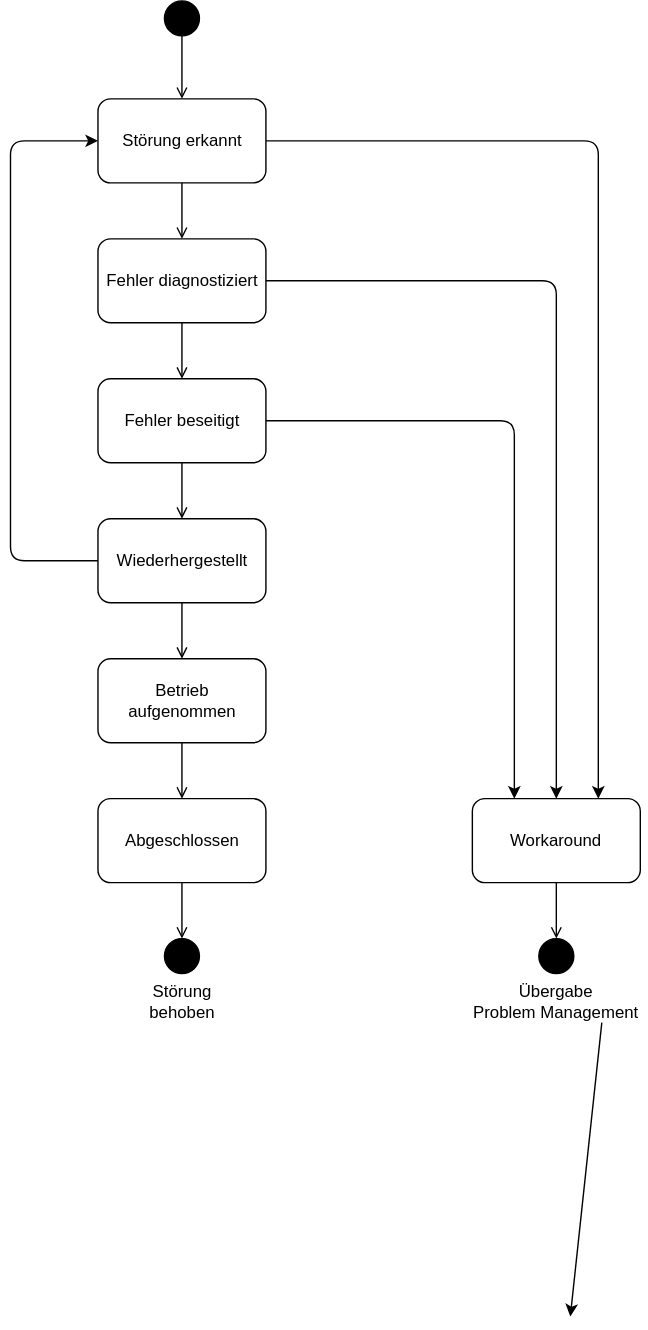
Before: Störungslebenszyklus.drawio.svg, a diagram exported from draw.io (A-Gruber-IU/IWSM02). Source tidied: cells renumbered, new cells last; positions are measured from the earlier drawing's top-left corner, leaving out a move shared by most shapes.
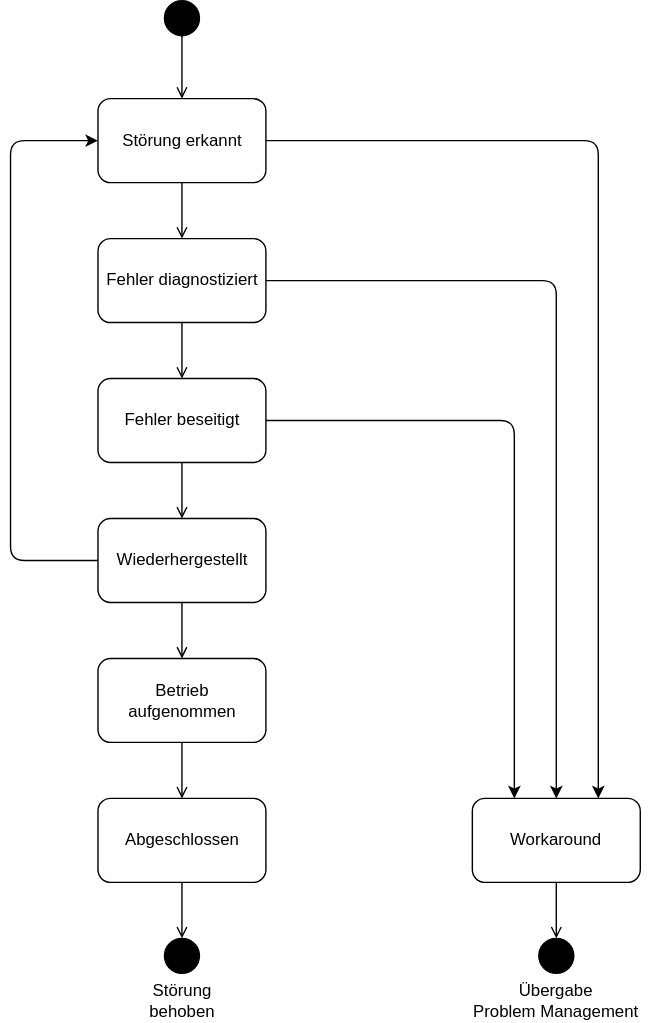
The same diagram one commit later.

The edit, as a diff of the source:
```diff
@@ -56,11 +56,6 @@
     <mxCell id="19" value="Störung behoben" style="text;html=1;strokeColor=none;fillColor=none;align=center;verticalAlign=middle;whiteSpace=wrap;rounded=0;labelBackgroundColor=none;fillStyle=solid;fontColor=#000000;" parent="1" vertex="1">
       <mxGeometry x="92.5" y="700" width="60" height="30" as="geometry" />
     </mxCell>
-    <mxCell id="20" style="edgeStyle=none;html=1;exitX=0.75;exitY=1;exitDx=0;exitDy=0;fontColor=#000000;" parent="1" edge="1" source="21">
-      <mxGeometry relative="1" as="geometry">
-        <mxPoint x="400" y="940" as="targetPoint" />
-      </mxGeometry>
-    </mxCell>
     <mxCell id="21" value="Übergabe&lt;br&gt;Problem Management" style="text;html=1;strokeColor=none;fillColor=none;align=center;verticalAlign=middle;whiteSpace=wrap;rounded=0;labelBackgroundColor=none;fillStyle=solid;fontColor=#000000;" parent="1" vertex="1">
       <mxGeometry x="325" y="700" width="130" height="30" as="geometry" />
     </mxCell>
```
